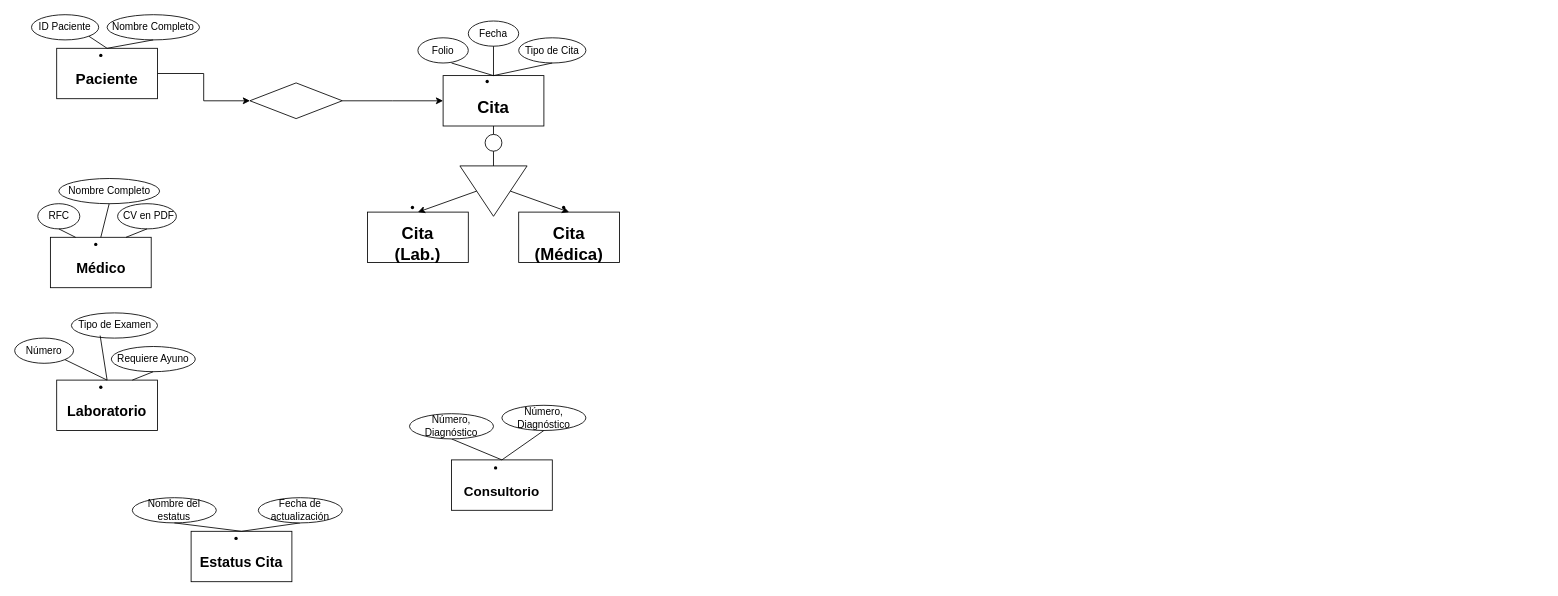
Before: Previo_P6.drawio in EstebanArellanesConde/Dise-os-E-R-Bases, a draw.io diagram. Source tidied: cells renumbered, new cells numbered last; positions are measured from the earlier drawing's top-left corner, leaving out a move shared by most shapes. Both pictures are drawn from the tidied source at 84%, with x=0, y=0 at pixel (14, 14).
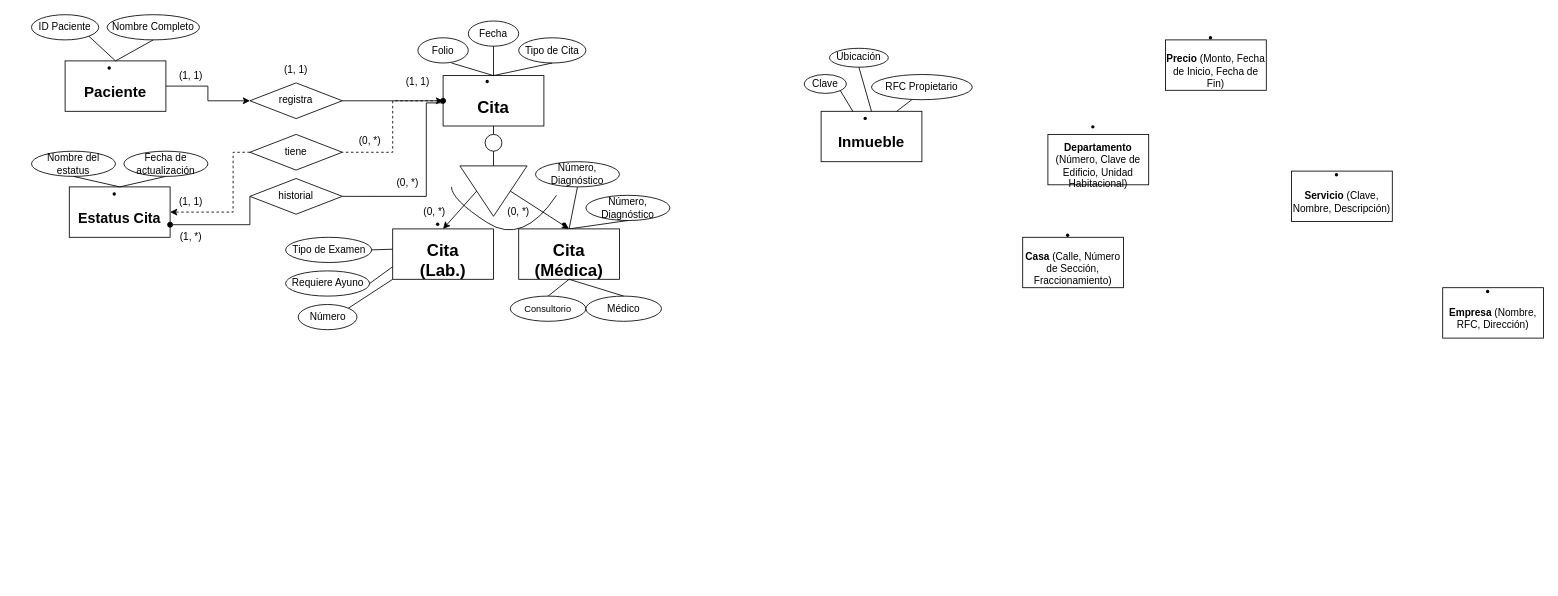
The same diagram, later.

Unchanged cells that the change refers to:
```xml
<mxCell id="4" value="&lt;li class=&quot;&quot;&gt;&lt;p class=&quot;&quot;&gt;&lt;font style=&quot;font-size: 20px;&quot;&gt;&lt;strong&gt;Cita&lt;/strong&gt;&lt;/font&gt;&lt;/p&gt;&lt;/li&gt;" style="rounded=0;whiteSpace=wrap;html=1;" parent="1" vertex="1">
  <mxGeometry x="510" y="72.5" width="120" height="60" as="geometry" />
</mxCell>
```

The edit, as a diff of the source:
```diff
@@
     <mxCell id="3" value="&lt;li class=&quot;&quot;&gt;&lt;p class=&quot;&quot;&gt;&lt;strong&gt;&lt;font style=&quot;font-size: 18px;&quot;&gt;Paciente&lt;/font&gt;&lt;/strong&gt;&lt;/p&gt;&lt;/li&gt;" style="rounded=0;whiteSpace=wrap;html=1;" parent="1" vertex="1">
-      <mxGeometry x="50" y="40" width="120" height="60" as="geometry" />
+      <mxGeometry x="60" y="55" width="120" height="60" as="geometry" />
     </mxCell>
+    <mxCell id="49" style="edgeStyle=orthogonalEdgeStyle;rounded=0;jettySize=auto;html=1;exitX=0;exitY=0.5;exitDx=0;exitDy=0;entryX=1;entryY=0.5;entryDx=0;entryDy=0;endArrow=none;startFill=0;dashed=1;" parent="1" edge="1" source="4" target="50">
+      <mxGeometry relative="1" as="geometry" />
+    </mxCell>
@@
-    <mxCell id="5" value="&lt;li class=&quot;&quot;&gt;&lt;p class=&quot;&quot;&gt;&lt;font style=&quot;font-size: 17px;&quot;&gt;&lt;strong&gt;Laboratorio&lt;/strong&gt;&lt;/font&gt;&lt;/p&gt;&lt;/li&gt;" style="rounded=0;whiteSpace=wrap;html=1;" parent="1" vertex="1">
-      <mxGeometry x="50" y="435" width="120" height="60" as="geometry" />
-    </mxCell>
     <mxCell id="6" value="&lt;li class=&quot;&quot;&gt;&lt;p class=&quot;&quot;&gt;&lt;font style=&quot;font-size: 17px;&quot;&gt;&lt;strong&gt;Estatus Cita&lt;/strong&gt; &lt;br&gt;&lt;/font&gt;&lt;/p&gt;&lt;/li&gt;" style="rounded=0;whiteSpace=wrap;html=1;" parent="1" vertex="1">
-      <mxGeometry x="210" y="615" width="120" height="60" as="geometry" />
+      <mxGeometry x="65" y="205" width="120" height="60" as="geometry" />
     </mxCell>
-    <mxCell id="7" value="&lt;li class=&quot;&quot;&gt;&lt;p class=&quot;&quot;&gt;&lt;font style=&quot;font-size: 17px;&quot;&gt;&lt;strong&gt;&lt;font&gt;Médico&lt;/font&gt;&lt;/strong&gt;&lt;/font&gt;&lt;/p&gt;&lt;/li&gt;" style="rounded=0;whiteSpace=wrap;html=1;" parent="1" vertex="1">
-      <mxGeometry x="42.5" y="265" width="120" height="60" as="geometry" />
-    </mxCell>
-    <mxCell id="8" value="&lt;li class=&quot;&quot;&gt;&lt;p class=&quot;&quot;&gt;&lt;font style=&quot;font-size: 16px;&quot;&gt;&lt;strong&gt;Consultorio&lt;/strong&gt; &lt;br&gt;&lt;/font&gt;&lt;/p&gt;&lt;/li&gt;" style="rounded=0;whiteSpace=wrap;html=1;" parent="1" vertex="1">
-      <mxGeometry x="520" y="530" width="120" height="60" as="geometry" />
-    </mxCell>
@@
-    <mxCell id="14" value="RFC" style="ellipse;whiteSpace=wrap;html=1;" parent="1" vertex="1">
-      <mxGeometry x="27.5" y="225" width="50" height="30" as="geometry" />
-    </mxCell>
-    <mxCell id="15" value="&amp;nbsp;CV en PDF" style="ellipse;whiteSpace=wrap;html=1;" parent="1" vertex="1">
-      <mxGeometry x="122.5" y="225" width="70" height="30" as="geometry" />
-    </mxCell>
-    <mxCell id="16" value="Nombre Completo" style="ellipse;whiteSpace=wrap;html=1;" parent="1" vertex="1">
-      <mxGeometry x="52.5" y="195" width="120" height="30" as="geometry" />
-    </mxCell>
@@
-    <mxCell id="22" style="endArrow=none;html=1;rounded=0;entryX=0.5;entryY=1;entryDx=0;entryDy=0;exitX=0.5;exitY=0;exitDx=0;exitDy=0;" parent="1" edge="1" source="7" target="16">
-      <mxGeometry relative="1" as="geometry" />
-    </mxCell>
-    <mxCell id="23" style="endArrow=none;html=1;rounded=0;entryX=0.5;entryY=1;entryDx=0;entryDy=0;exitX=0.25;exitY=0;exitDx=0;exitDy=0;" parent="1" edge="1" source="7" target="14">
-      <mxGeometry relative="1" as="geometry" />
-    </mxCell>
-    <mxCell id="24" style="endArrow=none;html=1;rounded=0;entryX=0.5;entryY=1;entryDx=0;entryDy=0;exitX=0.75;exitY=0;exitDx=0;exitDy=0;" parent="1" edge="1" source="7" target="15">
-      <mxGeometry relative="1" as="geometry" />
-    </mxCell>
     <mxCell id="25" value="Número" style="ellipse;whiteSpace=wrap;html=1;" parent="1" vertex="1">
-      <mxGeometry y="385" width="70" height="30" as="geometry" />
+      <mxGeometry x="337.5" y="345" width="70" height="30" as="geometry" />
     </mxCell>
     <mxCell id="26" value="Tipo de Examen" style="ellipse;whiteSpace=wrap;html=1;" parent="1" vertex="1">
-      <mxGeometry x="67.5" y="355" width="102.5" height="30" as="geometry" />
+      <mxGeometry x="322.5" y="265" width="102.5" height="30" as="geometry" />
     </mxCell>
     <mxCell id="27" value="Requiere Ayuno" style="ellipse;whiteSpace=wrap;html=1;" parent="1" vertex="1">
-      <mxGeometry x="115" y="395" width="100" height="30" as="geometry" />
+      <mxGeometry x="322.5" y="305" width="100" height="30" as="geometry" />
     </mxCell>
-    <mxCell id="28" style="endArrow=none;html=1;rounded=0;entryX=0.334;entryY=0.9;entryDx=0;entryDy=0;exitX=0.5;exitY=0;exitDx=0;exitDy=0;entryPerimeter=0;" parent="1" edge="1" source="5" target="26">
+    <mxCell id="28" style="endArrow=none;html=1;rounded=0;entryX=1;entryY=0.5;entryDx=0;entryDy=0;exitX=0.042;exitY=0.4;exitDx=0;exitDy=0;exitPerimeter=0;" parent="1" edge="1" source="41" target="26">
       <mxGeometry relative="1" as="geometry" />
     </mxCell>
-    <mxCell id="29" style="endArrow=none;html=1;rounded=0;entryX=1;entryY=1;entryDx=0;entryDy=0;exitX=0.5;exitY=0;exitDx=0;exitDy=0;" parent="1" edge="1" source="5" target="25">
+    <mxCell id="29" style="endArrow=none;html=1;rounded=0;entryX=1;entryY=0;entryDx=0;entryDy=0;exitX=0;exitY=1;exitDx=0;exitDy=0;" parent="1" edge="1" source="41" target="25">
       <mxGeometry relative="1" as="geometry" />
     </mxCell>
-    <mxCell id="30" style="endArrow=none;html=1;rounded=0;entryX=0.5;entryY=1;entryDx=0;entryDy=0;exitX=0.75;exitY=0;exitDx=0;exitDy=0;" parent="1" edge="1" source="5" target="27">
+    <mxCell id="30" style="endArrow=none;html=1;rounded=0;entryX=1;entryY=0.5;entryDx=0;entryDy=0;exitX=0;exitY=0.75;exitDx=0;exitDy=0;" parent="1" edge="1" source="41" target="27">
       <mxGeometry relative="1" as="geometry" />
     </mxCell>
     <mxCell id="31" value="Nombre del estatus" style="ellipse;whiteSpace=wrap;html=1;" parent="1" vertex="1">
-      <mxGeometry x="140" y="575" width="100" height="30" as="geometry" />
+      <mxGeometry x="20" y="162.5" width="100" height="30" as="geometry" />
     </mxCell>
@@
-    <mxCell id="34" style="endArrow=none;html=1;rounded=0;entryX=0.5;entryY=1;entryDx=0;entryDy=0;exitX=0.5;exitY=0;exitDx=0;exitDy=0;" parent="1" edge="1" source="8" target="35">
+    <mxCell id="34" style="endArrow=none;html=1;rounded=0;entryX=0.5;entryY=1;entryDx=0;entryDy=0;exitX=0.5;exitY=0;exitDx=0;exitDy=0;" parent="1" edge="1" source="42" target="35">
       <mxGeometry relative="1" as="geometry" />
     </mxCell>
     <mxCell id="35" value="Número, Diagnóstico" style="ellipse;whiteSpace=wrap;html=1;" parent="1" vertex="1">
-      <mxGeometry x="470" y="475" width="100" height="30" as="geometry" />
+      <mxGeometry x="620" y="175" width="100" height="30" as="geometry" />
     </mxCell>
     <mxCell id="36" value="Fecha de actualización" style="ellipse;whiteSpace=wrap;html=1;" parent="1" vertex="1">
-      <mxGeometry x="290" y="575" width="100" height="30" as="geometry" />
+      <mxGeometry x="130" y="162.5" width="100" height="30" as="geometry" />
     </mxCell>
     <mxCell id="37" value="Número, Diagnóstico" style="ellipse;whiteSpace=wrap;html=1;" parent="1" vertex="1">
-      <mxGeometry x="580" y="465" width="100" height="30" as="geometry" />
+      <mxGeometry x="680" y="215" width="100" height="30" as="geometry" />
     </mxCell>
-    <mxCell id="38" style="endArrow=none;html=1;rounded=0;entryX=0.5;entryY=1;entryDx=0;entryDy=0;exitX=0.5;exitY=0;exitDx=0;exitDy=0;" parent="1" edge="1" source="8" target="37">
+    <mxCell id="38" style="endArrow=none;html=1;rounded=0;entryX=0.5;entryY=1;entryDx=0;entryDy=0;exitX=0.5;exitY=0;exitDx=0;exitDy=0;" parent="1" edge="1" source="42" target="37">
       <mxGeometry relative="1" as="geometry" />
     </mxCell>
@@
-    <mxCell id="40" style="rhombus;whiteSpace=wrap;html=1;" parent="1" vertex="1">
+    <mxCell id="40" value="registra" style="rhombus;whiteSpace=wrap;html=1;" parent="1" vertex="1">
       <mxGeometry x="280" y="81.2" width="110" height="42.5" as="geometry" />
     </mxCell>
     <mxCell id="41" value="&lt;li class=&quot;&quot;&gt;&lt;p class=&quot;&quot;&gt;&lt;font style=&quot;font-size: 20px;&quot;&gt;&lt;strong&gt;Cita&lt;br&gt; (Lab.)&lt;/strong&gt;&lt;/font&gt;&lt;/p&gt;&lt;/li&gt;" style="rounded=0;whiteSpace=wrap;html=1;" parent="1" vertex="1">
-      <mxGeometry x="420" y="235" width="120" height="60" as="geometry" />
+      <mxGeometry x="450" y="255" width="120" height="60" as="geometry" />
     </mxCell>
     <mxCell id="42" value="&lt;li class=&quot;&quot;&gt;&lt;p class=&quot;&quot;&gt;&lt;font style=&quot;font-size: 20px;&quot;&gt;&lt;strong&gt;Cita&lt;br&gt; (Médica)&lt;/strong&gt;&lt;/font&gt;&lt;/p&gt;&lt;/li&gt;" style="rounded=0;whiteSpace=wrap;html=1;" parent="1" vertex="1">
-      <mxGeometry x="600" y="235" width="120" height="60" as="geometry" />
+      <mxGeometry x="600" y="255" width="120" height="60" as="geometry" />
     </mxCell>
@@
+    <mxCell id="50" value="tiene" style="rhombus;whiteSpace=wrap;html=1;" parent="1" vertex="1">
+      <mxGeometry x="280" y="142.5" width="110" height="42.5" as="geometry" />
+    </mxCell>
+    <mxCell id="51" style="edgeStyle=orthogonalEdgeStyle;rounded=0;jettySize=auto;html=1;exitX=0;exitY=0.5;exitDx=0;exitDy=0;entryX=1;entryY=0.5;entryDx=0;entryDy=0;dashed=1;" parent="1" edge="1" source="50" target="6">
+      <mxGeometry relative="1" as="geometry">
+        <Array as="points">
+          <mxPoint x="260" y="164" />
+          <mxPoint x="260" y="235" />
+        </Array>
+      </mxGeometry>
+    </mxCell>
+    <mxCell id="52" value="(1, 1)" style="text;html=1;align=center;verticalAlign=middle;whiteSpace=wrap;rounded=0;" parent="1" vertex="1">
+      <mxGeometry x="180" y="207.5" width="60" height="30" as="geometry" />
+    </mxCell>
+    <mxCell id="53" style="edgeStyle=orthogonalEdgeStyle;rounded=0;jettySize=auto;html=1;entryX=1;entryY=0.5;entryDx=0;entryDy=0;endArrow=none;startFill=1;startArrow=oval;exitX=0;exitY=0.5;exitDx=0;exitDy=0;" parent="1" edge="1" source="4" target="59">
+      <mxGeometry relative="1" as="geometry">
+        <Array as="points">
+          <mxPoint x="510" y="105" />
+          <mxPoint x="490" y="105" />
+          <mxPoint x="490" y="216" />
+        </Array>
+      </mxGeometry>
+    </mxCell>
+    <mxCell id="54" value="(0, *)" style="text;html=1;align=center;verticalAlign=middle;whiteSpace=wrap;rounded=0;" parent="1" vertex="1">
+      <mxGeometry x="392.5" y="135" width="60" height="30" as="geometry" />
+    </mxCell>
+    <mxCell id="55" value="(1, 1)" style="text;html=1;align=center;verticalAlign=middle;whiteSpace=wrap;rounded=0;" parent="1" vertex="1">
+      <mxGeometry x="180" y="57.5" width="60" height="30" as="geometry" />
+    </mxCell>
+    <mxCell id="56" value="(1, 1)" style="text;html=1;align=center;verticalAlign=middle;whiteSpace=wrap;rounded=0;" parent="1" vertex="1">
+      <mxGeometry x="450" y="65" width="60" height="30" as="geometry" />
+    </mxCell>
+    <mxCell id="57" value="(1, 1)" style="text;html=1;align=center;verticalAlign=middle;whiteSpace=wrap;rounded=0;" parent="1" vertex="1">
+      <mxGeometry x="305" y="51.2" width="60" height="30" as="geometry" />
+    </mxCell>
+    <mxCell id="58" style="edgeStyle=orthogonalEdgeStyle;rounded=0;jettySize=auto;html=1;exitX=0;exitY=0.5;exitDx=0;exitDy=0;entryX=1;entryY=0.75;entryDx=0;entryDy=0;endArrow=oval;endFill=1;" parent="1" edge="1" source="59" target="6">
+      <mxGeometry relative="1" as="geometry">
+        <Array as="points">
+          <mxPoint x="280" y="250" />
+        </Array>
+      </mxGeometry>
+    </mxCell>
+    <mxCell id="59" value="historial" style="rhombus;whiteSpace=wrap;html=1;" parent="1" vertex="1">
+      <mxGeometry x="280" y="195" width="110" height="42.5" as="geometry" />
+    </mxCell>
+    <mxCell id="60" value="(1, *)" style="text;html=1;align=center;verticalAlign=middle;whiteSpace=wrap;rounded=0;" parent="1" vertex="1">
+      <mxGeometry x="180" y="250" width="60" height="30" as="geometry" />
+    </mxCell>
+    <mxCell id="61" value="(0, *)" style="text;html=1;align=center;verticalAlign=middle;whiteSpace=wrap;rounded=0;" parent="1" vertex="1">
+      <mxGeometry x="437.5" y="185" width="60" height="30" as="geometry" />
+    </mxCell>
+    <mxCell id="8" value="&lt;p class=&quot;&quot;&gt;&lt;font style=&quot;font-size: 11px;&quot;&gt;&lt;span&gt;Consultorio&lt;/span&gt;&lt;/font&gt;&lt;/p&gt;" style="ellipse;whiteSpace=wrap;html=1;" parent="1" vertex="1">
+      <mxGeometry x="590" y="335" width="90" height="30" as="geometry" />
+    </mxCell>
+    <mxCell id="62" style="endArrow=none;html=1;rounded=0;entryX=0.5;entryY=1;entryDx=0;entryDy=0;exitX=0.5;exitY=0;exitDx=0;exitDy=0;" parent="1" edge="1" source="8" target="42">
+      <mxGeometry relative="1" as="geometry" />
+    </mxCell>
+    <mxCell id="63" value="(0, *)" style="text;html=1;align=center;verticalAlign=middle;whiteSpace=wrap;rounded=0;" parent="1" vertex="1">
+      <mxGeometry x="470" y="220" width="60" height="30" as="geometry" />
+    </mxCell>
+    <mxCell id="64" value="(0, *)" style="text;html=1;align=center;verticalAlign=middle;whiteSpace=wrap;rounded=0;" parent="1" vertex="1">
+      <mxGeometry x="570" y="220" width="60" height="30" as="geometry" />
+    </mxCell>
+    <mxCell id="65" style="curved=1;endArrow=none;html=1;rounded=0;startFill=0;" parent="1" edge="1">
+      <mxGeometry relative="1" as="geometry">
+        <mxPoint x="645" y="215" as="sourcePoint" />
+        <mxPoint x="520" y="205" as="targetPoint" />
+        <Array as="points">
+          <mxPoint x="605" y="275" />
+          <mxPoint x="520" y="220" />
+        </Array>
+      </mxGeometry>
+    </mxCell>
+    <mxCell id="7" value="Médico" style="ellipse;whiteSpace=wrap;html=1;" parent="1" vertex="1">
+      <mxGeometry x="680" y="335" width="90" height="30" as="geometry" />
+    </mxCell>
+    <mxCell id="66" style="edgeStyle=orthogonalEdgeStyle;rounded=0;orthogonalLoop=1;jettySize=auto;html=1;exitX=0.5;exitY=1;exitDx=0;exitDy=0;" parent="1" edge="1" source="8" target="8">
+      <mxGeometry relative="1" as="geometry" />
+    </mxCell>
+    <mxCell id="67" style="endArrow=none;html=1;rounded=0;entryX=0.5;entryY=1;entryDx=0;entryDy=0;exitX=0.5;exitY=0;exitDx=0;exitDy=0;" parent="1" edge="1" source="7" target="42">
+      <mxGeometry relative="1" as="geometry" />
+    </mxCell>
+    <mxCell id="68" value="&lt;li class=&quot;&quot;&gt;&lt;p class=&quot;&quot;&gt;&lt;strong&gt;&lt;font style=&quot;font-size: 18px;&quot;&gt;Inmueble&lt;/font&gt;&lt;/strong&gt;&lt;/p&gt;&lt;/li&gt;" style="whiteSpace=wrap;html=1;" parent="1" vertex="1">
+      <mxGeometry x="960" y="115" width="120" height="60" as="geometry" />
+    </mxCell>
+    <mxCell id="69" value="&lt;li class=&quot;&quot;&gt;&lt;p class=&quot;&quot;&gt;&lt;strong&gt;Casa&lt;/strong&gt; (Calle, Número de Sección, Fraccionamiento)&lt;/p&gt;&lt;/li&gt;" style="whiteSpace=wrap;html=1;" parent="1" vertex="1">
+      <mxGeometry x="1200" y="265" width="120" height="60" as="geometry" />
+    </mxCell>
+    <mxCell id="70" value="&lt;li class=&quot;&quot;&gt;&lt;p class=&quot;&quot;&gt;&lt;strong&gt;Precio&lt;/strong&gt; (Monto, Fecha de Inicio, Fecha de Fin)&lt;/p&gt;&lt;/li&gt;" style="whiteSpace=wrap;html=1;" parent="1" vertex="1">
+      <mxGeometry x="1370" y="30" width="120" height="60" as="geometry" />
+    </mxCell>
+    <mxCell id="71" value="&lt;li class=&quot;&quot;&gt;&lt;p class=&quot;&quot;&gt;&lt;strong&gt;Servicio&lt;/strong&gt; (Clave, Nombre, Descripción)&lt;/p&gt;&lt;/li&gt;" style="whiteSpace=wrap;html=1;" parent="1" vertex="1">
+      <mxGeometry x="1520" y="186.2" width="120" height="60" as="geometry" />
+    </mxCell>
+    <mxCell id="72" value="&lt;li class=&quot;&quot;&gt;&lt;p class=&quot;&quot;&gt;&lt;strong&gt;Departamento&lt;/strong&gt; (Número, Clave de Edificio, Unidad Habitacional)&lt;/p&gt;&lt;/li&gt;" style="whiteSpace=wrap;html=1;" parent="1" vertex="1">
+      <mxGeometry x="1230" y="142.5" width="120" height="60" as="geometry" />
+    </mxCell>
+    <mxCell id="73" value="&lt;li class=&quot;&quot;&gt;&lt;p class=&quot;&quot;&gt;&lt;strong&gt;Empresa&lt;/strong&gt; (Nombre, RFC, Dirección)&lt;/p&gt;&lt;/li&gt;" style="whiteSpace=wrap;html=1;" parent="1" vertex="1">
+      <mxGeometry x="1700" y="325" width="120" height="60" as="geometry" />
+    </mxCell>
+    <mxCell id="74" value="Clave" style="ellipse;whiteSpace=wrap;html=1;" parent="1" vertex="1">
+      <mxGeometry x="940" y="71.2" width="50" height="22.5" as="geometry" />
+    </mxCell>
+    <mxCell id="75" value="Ubicación" style="ellipse;whiteSpace=wrap;html=1;" parent="1" vertex="1">
+      <mxGeometry x="970" y="40" width="70" height="22.5" as="geometry" />
+    </mxCell>
+    <mxCell id="76" value="RFC Propietario" style="ellipse;whiteSpace=wrap;html=1;" parent="1" vertex="1">
+      <mxGeometry x="1020" y="71.2" width="120" height="30" as="geometry" />
+    </mxCell>
+    <mxCell id="77" style="endArrow=none;html=1;rounded=0;entryX=0.4;entryY=1;entryDx=0;entryDy=0;entryPerimeter=0;exitX=0.75;exitY=0;exitDx=0;exitDy=0;" parent="1" edge="1" source="68" target="76">
+      <mxGeometry relative="1" as="geometry" />
+    </mxCell>
+    <mxCell id="78" style="endArrow=none;html=1;rounded=0;entryX=0.5;entryY=1;entryDx=0;entryDy=0;exitX=0.5;exitY=0;exitDx=0;exitDy=0;" parent="1" edge="1" source="68" target="75">
+      <mxGeometry relative="1" as="geometry" />
+    </mxCell>
+    <mxCell id="79" style="endArrow=none;html=1;rounded=0;entryX=1;entryY=1;entryDx=0;entryDy=0;exitX=0.317;exitY=0.008;exitDx=0;exitDy=0;exitPerimeter=0;" parent="1" edge="1" source="68" target="74">
+      <mxGeometry relative="1" as="geometry" />
+    </mxCell>
```
